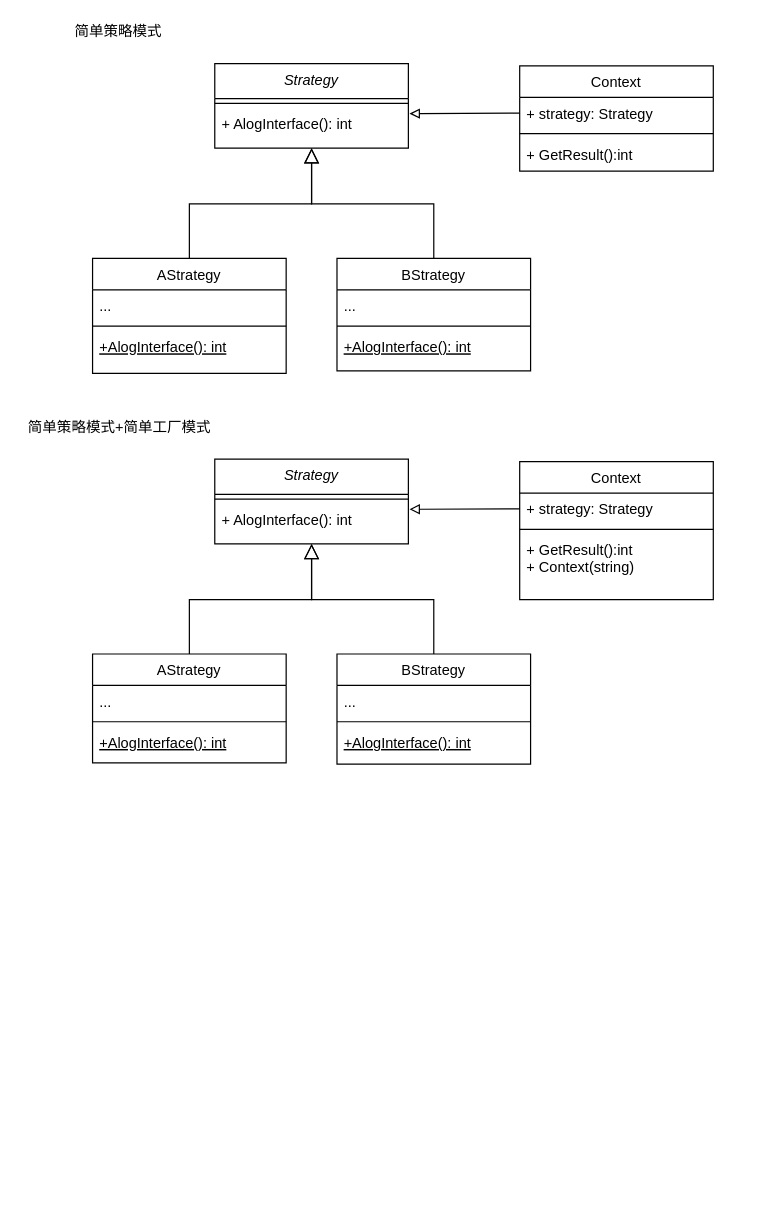
Before: pattern/设计模式.drawio in guozhaoxin/learning-notes, a draw.io diagram. Source tidied: cells renumbered, new cells numbered last; positions are measured from the earlier drawing's top-left corner, leaving out a move shared by most shapes. Both pictures are drawn from the tidied source at 121%, with x=0, y=0 at pixel (21, 21).
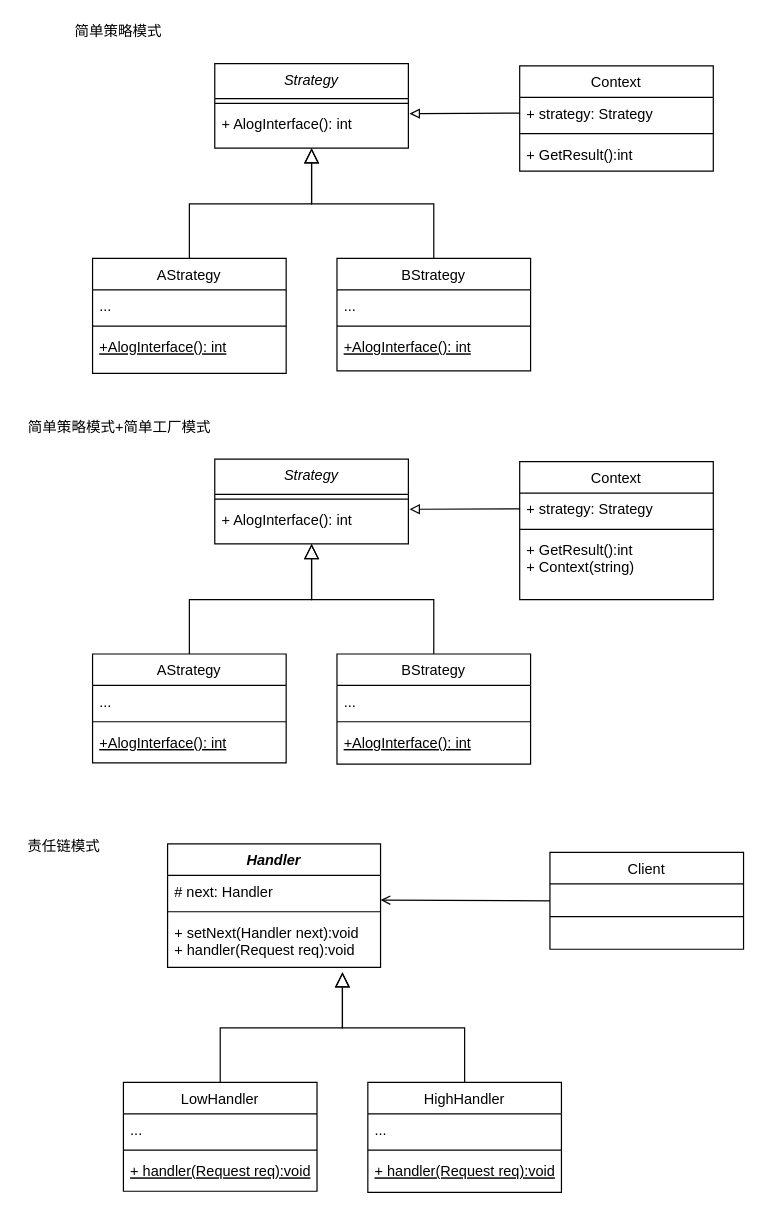
Above is the later version.

The edit, as a diff of the source:
```diff
@@
+    <mxCell id="40" value="责任链模式" style="text;html=1;align=center;verticalAlign=middle;strokeColor=none;fillColor=none;" parent="1" vertex="1">
+      <mxGeometry y="673" width="70" height="18" as="geometry" />
+    </mxCell>
+    <mxCell id="41" value="LowHandler" style="swimlane;fontStyle=0;align=center;verticalAlign=top;horizontal=1;startSize=26;rounded=0;shadow=0;strokeWidth=1;" parent="1" vertex="1">
+      <mxGeometry x="84.5" y="877" width="160" height="90" as="geometry" />
+    </mxCell>
+    <mxCell id="42" value="..." style="text;align=left;verticalAlign=top;spacingLeft=4;spacingRight=4;overflow=hidden;" parent="41" vertex="1">
+      <mxGeometry y="26" width="160" height="26" as="geometry" />
+    </mxCell>
+    <mxCell id="43" style="line;html=1;strokeWidth=1;align=left;verticalAlign=middle;spacingTop=-1;spacingLeft=3;spacingRight=3;labelPosition=right;" parent="41" vertex="1">
+      <mxGeometry y="52" width="160" height="8" as="geometry" />
+    </mxCell>
+    <mxCell id="44" value="+ handler(Request req):void" style="text;align=left;verticalAlign=top;spacingLeft=4;spacingRight=4;overflow=hidden;fontStyle=4;" parent="41" vertex="1">
+      <mxGeometry y="60" width="160" height="26" as="geometry" />
+    </mxCell>
+    <mxCell id="45" style="endArrow=block;endSize=10;endFill=0;shadow=0;strokeWidth=1;rounded=0;edgeStyle=elbowEdgeStyle;elbow=vertical;" parent="1" edge="1" source="41">
+      <mxGeometry relative="1" as="geometry">
+        <mxPoint x="265.5" y="786" as="targetPoint" />
+      </mxGeometry>
+    </mxCell>
+    <mxCell id="46" style="endArrow=block;endSize=10;endFill=0;shadow=0;strokeWidth=1;rounded=0;edgeStyle=elbowEdgeStyle;elbow=vertical;exitX=0.5;exitY=0;exitDx=0;exitDy=0;" parent="1" edge="1" source="49">
+      <mxGeometry relative="1" as="geometry">
+        <mxPoint x="265.5" y="786" as="targetPoint" />
+      </mxGeometry>
+    </mxCell>
+    <mxCell id="47" value="Client" style="swimlane;fontStyle=0;align=center;verticalAlign=top;horizontal=1;startSize=26;rounded=0;shadow=0;strokeWidth=1;" parent="1" vertex="1">
+      <mxGeometry x="437" y="687" width="160" height="80" as="geometry" />
+    </mxCell>
+    <mxCell id="48" style="line;html=1;strokeWidth=1;align=left;verticalAlign=middle;spacingTop=-1;spacingLeft=3;spacingRight=3;labelPosition=right;" parent="47" vertex="1">
+      <mxGeometry y="26" width="160" height="54" as="geometry" />
+    </mxCell>
+    <mxCell id="49" value="HighHandler" style="swimlane;fontStyle=0;align=center;verticalAlign=top;horizontal=1;startSize=26;rounded=0;shadow=0;strokeWidth=1;" parent="1" vertex="1">
+      <mxGeometry x="286.5" y="877" width="160" height="91" as="geometry" />
+    </mxCell>
+    <mxCell id="50" value="..." style="text;align=left;verticalAlign=top;spacingLeft=4;spacingRight=4;overflow=hidden;" parent="49" vertex="1">
+      <mxGeometry y="26" width="160" height="26" as="geometry" />
+    </mxCell>
+    <mxCell id="51" style="line;html=1;strokeWidth=1;align=left;verticalAlign=middle;spacingTop=-1;spacingLeft=3;spacingRight=3;labelPosition=right;" parent="49" vertex="1">
+      <mxGeometry y="52" width="160" height="8" as="geometry" />
+    </mxCell>
+    <mxCell id="52" value="+ handler(Request req):void" style="text;align=left;verticalAlign=top;spacingLeft=4;spacingRight=4;overflow=hidden;fontStyle=4;" parent="49" vertex="1">
+      <mxGeometry y="60" width="160" height="26" as="geometry" />
+    </mxCell>
+    <mxCell id="53" value="Handler" style="swimlane;fontStyle=3;align=center;verticalAlign=top;horizontal=1;startSize=26;swimlaneFillColor=default;" parent="1" vertex="1">
+      <mxGeometry x="121" y="680" width="176" height="102" as="geometry" />
+    </mxCell>
+    <mxCell id="54" value="# next: Handler " style="text;strokeColor=none;fillColor=none;align=left;verticalAlign=top;spacingLeft=4;spacingRight=4;overflow=hidden;" parent="53" vertex="1">
+      <mxGeometry y="26" width="176" height="26" as="geometry" />
+    </mxCell>
+    <mxCell id="55" style="endArrow=open;html=1;rounded=0;entryX=1.006;entryY=0.192;entryDx=0;entryDy=0;entryPerimeter=0;exitX=0;exitY=0.5;exitDx=0;exitDy=0;endFill=0;" parent="53" edge="1" source="47">
+      <mxGeometry relative="1" as="geometry">
+        <mxPoint x="176" y="46.4" as="targetPoint" />
+      </mxGeometry>
+    </mxCell>
+    <mxCell id="56" style="line;strokeWidth=1;fillColor=none;align=left;verticalAlign=middle;spacingTop=-1;spacingLeft=3;spacingRight=3;labelPosition=right;" parent="53" vertex="1">
+      <mxGeometry y="52" width="176" height="8" as="geometry" />
+    </mxCell>
+    <mxCell id="57" value="+ setNext(Handler next):void&#10;+ handler(Request req):void" style="text;strokeColor=none;fillColor=none;align=left;verticalAlign=top;spacingLeft=4;spacingRight=4;overflow=hidden;" parent="53" vertex="1">
+      <mxGeometry y="60" width="176" height="42" as="geometry" />
+    </mxCell>
```
